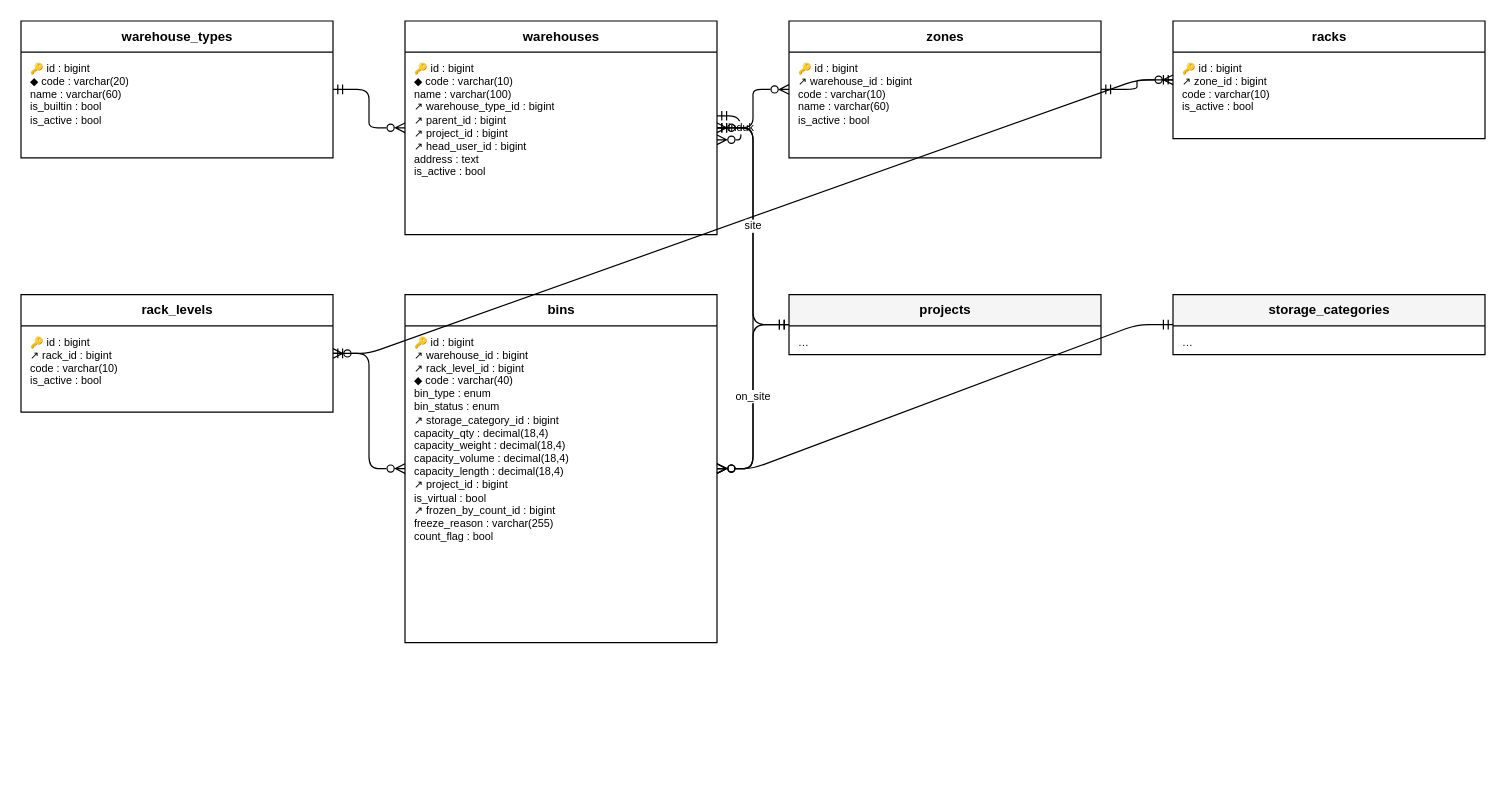
This is docs/diagram/erd-gudang.drawio from HengkyDarmawan/wms, a draw.io file, before an edit. Source tidied: cells renumbered, new cells numbered last; positions are measured from the earlier drawing's top-left corner, leaving out a move shared by most shapes. Both pictures are drawn from the tidied source at 120%, with x=0, y=0 at pixel (20, 20).
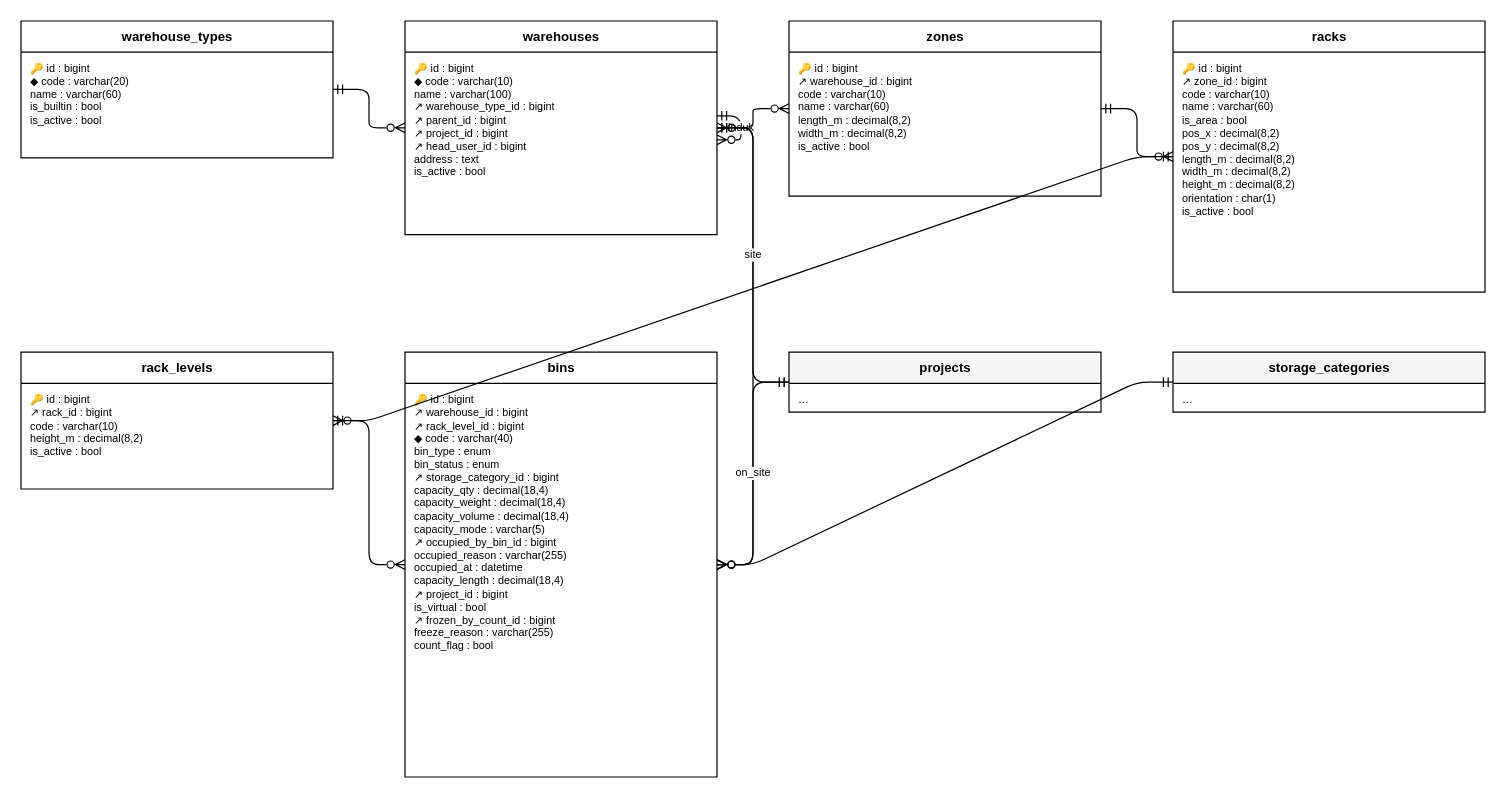
Above is the later version.

The edit, as a diff of the source:
```diff
@@
     <mxCell id="6" value="zones" style="swimlane;fontStyle=1;horizontal=1;startSize=26;html=1;fontSize=11;fillColor=#FFFFFF;" parent="1" vertex="1">
-      <mxGeometry x="640" width="260" height="114" as="geometry" />
+      <mxGeometry x="640" width="260" height="146" as="geometry" />
     </mxCell>
-    <mxCell id="7" value="🔑 id : bigint&lt;br&gt;↗ warehouse_id : bigint&lt;br&gt;code : varchar(10)&lt;br&gt;name : varchar(60)&lt;br&gt;is_active : bool" style="text;html=1;strokeColor=none;fillColor=none;align=left;verticalAlign=top;spacingLeft=6;spacingTop=2;fontSize=9;whiteSpace=wrap;overflow=hidden;" parent="6" vertex="1">
-      <mxGeometry y="26" width="260" height="88" as="geometry" />
+    <mxCell id="7" value="🔑 id : bigint&lt;br&gt;↗ warehouse_id : bigint&lt;br&gt;code : varchar(10)&lt;br&gt;name : varchar(60)&lt;br&gt;length_m : decimal(8,2)&lt;br&gt;width_m : decimal(8,2)&lt;br&gt;is_active : bool" style="text;html=1;strokeColor=none;fillColor=none;align=left;verticalAlign=top;spacingLeft=6;spacingTop=2;fontSize=9;whiteSpace=wrap;overflow=hidden;" parent="6" vertex="1">
+      <mxGeometry y="26" width="260" height="120" as="geometry" />
     </mxCell>
     <mxCell id="8" value="racks" style="swimlane;fontStyle=1;horizontal=1;startSize=26;html=1;fontSize=11;fillColor=#FFFFFF;" parent="1" vertex="1">
-      <mxGeometry x="960" width="260" height="98" as="geometry" />
+      <mxGeometry x="960" width="260" height="226" as="geometry" />
     </mxCell>
-    <mxCell id="9" value="🔑 id : bigint&lt;br&gt;↗ zone_id : bigint&lt;br&gt;code : varchar(10)&lt;br&gt;is_active : bool" style="text;html=1;strokeColor=none;fillColor=none;align=left;verticalAlign=top;spacingLeft=6;spacingTop=2;fontSize=9;whiteSpace=wrap;overflow=hidden;" parent="8" vertex="1">
-      <mxGeometry y="26" width="260" height="72" as="geometry" />
+    <mxCell id="9" value="🔑 id : bigint&lt;br&gt;↗ zone_id : bigint&lt;br&gt;code : varchar(10)&lt;br&gt;name : varchar(60)&lt;br&gt;is_area : bool&lt;br&gt;pos_x : decimal(8,2)&lt;br&gt;pos_y : decimal(8,2)&lt;br&gt;length_m : decimal(8,2)&lt;br&gt;width_m : decimal(8,2)&lt;br&gt;height_m : decimal(8,2)&lt;br&gt;orientation : char(1)&lt;br&gt;is_active : bool" style="text;html=1;strokeColor=none;fillColor=none;align=left;verticalAlign=top;spacingLeft=6;spacingTop=2;fontSize=9;whiteSpace=wrap;overflow=hidden;" parent="8" vertex="1">
+      <mxGeometry y="26" width="260" height="200" as="geometry" />
     </mxCell>
     <mxCell id="10" value="rack_levels" style="swimlane;fontStyle=1;horizontal=1;startSize=26;html=1;fontSize=11;fillColor=#FFFFFF;" parent="1" vertex="1">
-      <mxGeometry y="228" width="260" height="98" as="geometry" />
+      <mxGeometry y="276" width="260" height="114" as="geometry" />
     </mxCell>
-    <mxCell id="11" value="🔑 id : bigint&lt;br&gt;↗ rack_id : bigint&lt;br&gt;code : varchar(10)&lt;br&gt;is_active : bool" style="text;html=1;strokeColor=none;fillColor=none;align=left;verticalAlign=top;spacingLeft=6;spacingTop=2;fontSize=9;whiteSpace=wrap;overflow=hidden;" parent="10" vertex="1">
-      <mxGeometry y="26" width="260" height="72" as="geometry" />
+    <mxCell id="11" value="🔑 id : bigint&lt;br&gt;↗ rack_id : bigint&lt;br&gt;code : varchar(10)&lt;br&gt;height_m : decimal(8,2)&lt;br&gt;is_active : bool" style="text;html=1;strokeColor=none;fillColor=none;align=left;verticalAlign=top;spacingLeft=6;spacingTop=2;fontSize=9;whiteSpace=wrap;overflow=hidden;" parent="10" vertex="1">
+      <mxGeometry y="26" width="260" height="88" as="geometry" />
     </mxCell>
     <mxCell id="12" value="bins" style="swimlane;fontStyle=1;horizontal=1;startSize=26;html=1;fontSize=11;fillColor=#FFFFFF;" parent="1" vertex="1">
-      <mxGeometry x="320" y="228" width="260" height="290" as="geometry" />
+      <mxGeometry x="320" y="276" width="260" height="354" as="geometry" />
     </mxCell>
-    <mxCell id="13" value="🔑 id : bigint&lt;br&gt;↗ warehouse_id : bigint&lt;br&gt;↗ rack_level_id : bigint&lt;br&gt;◆ code : varchar(40)&lt;br&gt;bin_type : enum&lt;br&gt;bin_status : enum&lt;br&gt;↗ storage_category_id : bigint&lt;br&gt;capacity_qty : decimal(18,4)&lt;br&gt;capacity_weight : decimal(18,4)&lt;br&gt;capacity_volume : decimal(18,4)&lt;br&gt;capacity_length : decimal(18,4)&lt;br&gt;↗ project_id : bigint&lt;br&gt;is_virtual : bool&lt;br&gt;↗ frozen_by_count_id : bigint&lt;br&gt;freeze_reason : varchar(255)&lt;br&gt;count_flag : bool" style="text;html=1;strokeColor=none;fillColor=none;align=left;verticalAlign=top;spacingLeft=6;spacingTop=2;fontSize=9;whiteSpace=wrap;overflow=hidden;" parent="12" vertex="1">
-      <mxGeometry y="26" width="260" height="264" as="geometry" />
+    <mxCell id="13" value="🔑 id : bigint&lt;br&gt;↗ warehouse_id : bigint&lt;br&gt;↗ rack_level_id : bigint&lt;br&gt;◆ code : varchar(40)&lt;br&gt;bin_type : enum&lt;br&gt;bin_status : enum&lt;br&gt;↗ storage_category_id : bigint&lt;br&gt;capacity_qty : decimal(18,4)&lt;br&gt;capacity_weight : decimal(18,4)&lt;br&gt;capacity_volume : decimal(18,4)&lt;br&gt;capacity_mode : varchar(5)&lt;br&gt;↗ occupied_by_bin_id : bigint&lt;br&gt;occupied_reason : varchar(255)&lt;br&gt;occupied_at : datetime&lt;br&gt;capacity_length : decimal(18,4)&lt;br&gt;↗ project_id : bigint&lt;br&gt;is_virtual : bool&lt;br&gt;↗ frozen_by_count_id : bigint&lt;br&gt;freeze_reason : varchar(255)&lt;br&gt;count_flag : bool" style="text;html=1;strokeColor=none;fillColor=none;align=left;verticalAlign=top;spacingLeft=6;spacingTop=2;fontSize=9;whiteSpace=wrap;overflow=hidden;" parent="12" vertex="1">
+      <mxGeometry y="26" width="260" height="328" as="geometry" />
     </mxCell>
     <mxCell id="14" value="projects" style="swimlane;fontStyle=1;horizontal=1;startSize=26;html=1;fontSize=11;fillColor=#F5F5F5;" parent="1" vertex="1">
-      <mxGeometry x="640" y="228" width="260" height="50" as="geometry" />
+      <mxGeometry x="640" y="276" width="260" height="50" as="geometry" />
     </mxCell>
@@
     <mxCell id="16" value="storage_categories" style="swimlane;fontStyle=1;horizontal=1;startSize=26;html=1;fontSize=11;fillColor=#F5F5F5;" parent="1" vertex="1">
-      <mxGeometry x="960" y="228" width="260" height="50" as="geometry" />
+      <mxGeometry x="960" y="276" width="260" height="50" as="geometry" />
     </mxCell>
```
